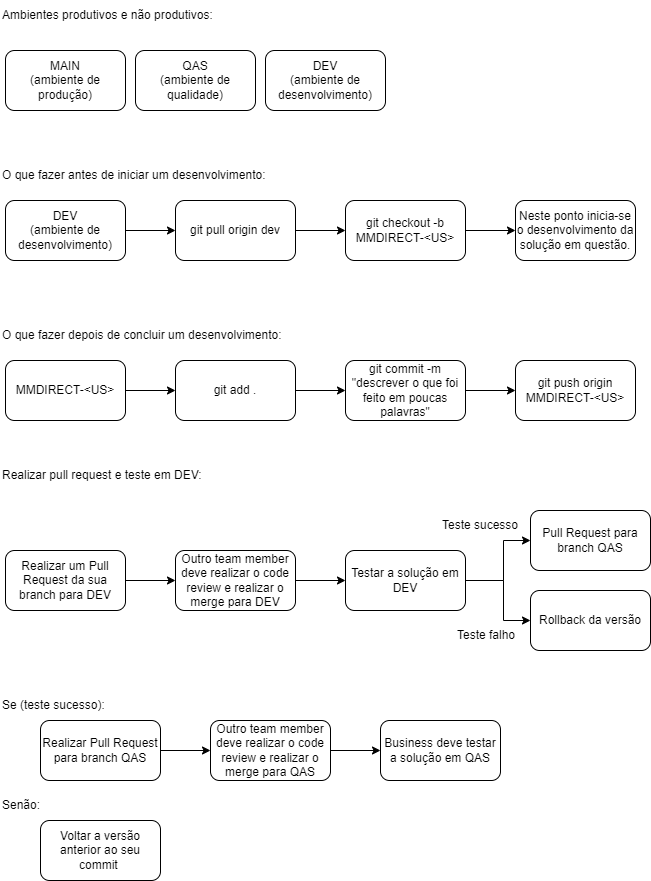
Above: Github flow 2.drawio.png in JuRibeiro/github-flow (draw.io), before the change. Source tidied: cells renumbered, new cells last; positions are measured from the earlier drawing's top-left corner, leaving out a move shared by most shapes.
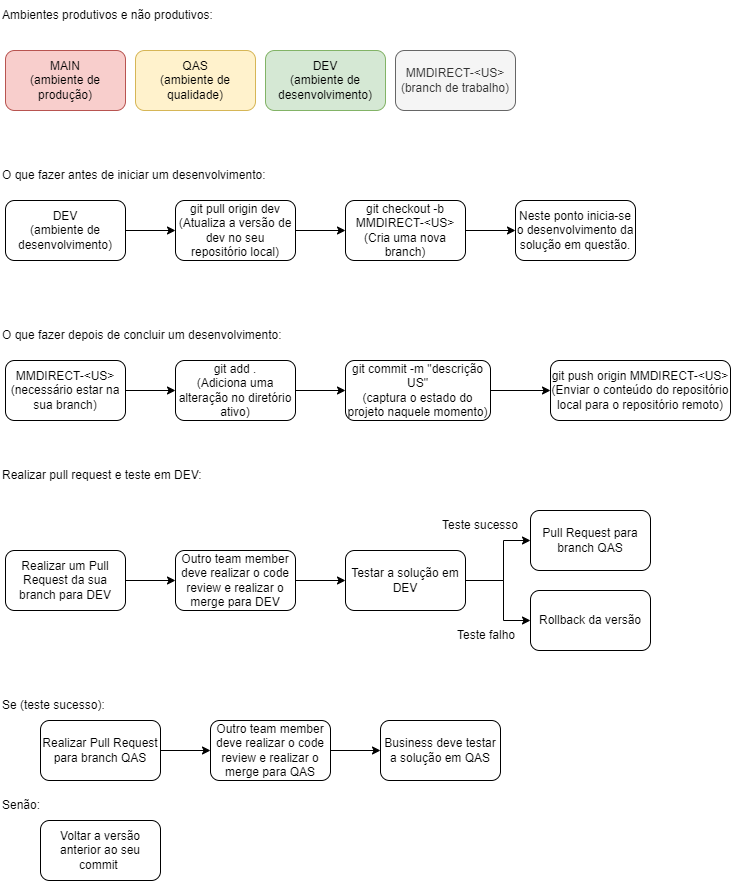
After the change.

The edit, as a diff of the source:
```diff
@@ -2,19 +2,19 @@
   <root>
     <mxCell id="0" />
     <mxCell id="1" parent="0" />
-    <mxCell id="2" value="MAIN&lt;br&gt;(ambiente de produção)" style="rounded=1;whiteSpace=wrap;html=1;" parent="1" vertex="1">
+    <mxCell id="2" value="MAIN&lt;br&gt;(ambiente de produção)" style="rounded=1;whiteSpace=wrap;html=1;fillColor=#f8cecc;strokeColor=#b85450;" parent="1" vertex="1">
       <mxGeometry x="5" y="50" width="120" height="60" as="geometry" />
     </mxCell>
-    <mxCell id="3" value="QAS&lt;br&gt;(ambiente de qualidade)" style="rounded=1;whiteSpace=wrap;html=1;" parent="1" vertex="1">
+    <mxCell id="3" value="QAS&lt;br&gt;(ambiente de qualidade)" style="rounded=1;whiteSpace=wrap;html=1;fillColor=#fff2cc;strokeColor=#d6b656;" parent="1" vertex="1">
       <mxGeometry x="135" y="50" width="120" height="60" as="geometry" />
     </mxCell>
-    <mxCell id="4" value="DEV&lt;br&gt;(ambiente de desenvolvimento)" style="rounded=1;whiteSpace=wrap;html=1;" parent="1" vertex="1">
+    <mxCell id="4" value="DEV&lt;br&gt;(ambiente de desenvolvimento)" style="rounded=1;whiteSpace=wrap;html=1;fillColor=#d5e8d4;strokeColor=#82b366;" parent="1" vertex="1">
       <mxGeometry x="265" y="50" width="120" height="60" as="geometry" />
     </mxCell>
     <mxCell id="5" style="edgeStyle=orthogonalEdgeStyle;rounded=0;jettySize=auto;html=1;" parent="1" edge="1" source="6" target="10">
       <mxGeometry relative="1" as="geometry" />
     </mxCell>
-    <mxCell id="6" value="git pull origin dev" style="whiteSpace=wrap;html=1;rounded=1;" parent="1" vertex="1">
+    <mxCell id="6" value="git pull origin dev&lt;br&gt;(Atualiza a versão de dev no seu repositório local)" style="whiteSpace=wrap;html=1;rounded=1;" parent="1" vertex="1">
       <mxGeometry x="175" y="200" width="120" height="60" as="geometry" />
     </mxCell>
     <mxCell id="7" style="edgeStyle=orthogonalEdgeStyle;rounded=0;jettySize=auto;html=1;" parent="1" edge="1" source="8" target="6">
@@ -26,7 +26,7 @@
     <mxCell id="9" style="edgeStyle=orthogonalEdgeStyle;rounded=0;jettySize=auto;html=1;" parent="1" edge="1" source="10" target="11">
       <mxGeometry relative="1" as="geometry" />
     </mxCell>
-    <mxCell id="10" value="git checkout -b MMDIRECT-&amp;lt;US&amp;gt;" style="whiteSpace=wrap;html=1;rounded=1;" parent="1" vertex="1">
+    <mxCell id="10" value="git checkout -b MMDIRECT-&amp;lt;US&amp;gt;&lt;br&gt;(Cria uma nova branch)" style="whiteSpace=wrap;html=1;rounded=1;" parent="1" vertex="1">
       <mxGeometry x="345" y="200" width="120" height="60" as="geometry" />
     </mxCell>
     <mxCell id="11" value="Neste ponto inicia-se o desenvolvimento da solução em questão." style="whiteSpace=wrap;html=1;rounded=1;" parent="1" vertex="1">
@@ -44,23 +44,23 @@
     <mxCell id="15" style="edgeStyle=orthogonalEdgeStyle;rounded=0;jettySize=auto;html=1;" parent="1" edge="1" source="16" target="20">
       <mxGeometry relative="1" as="geometry" />
     </mxCell>
-    <mxCell id="16" value="git add ." style="whiteSpace=wrap;html=1;rounded=1;" parent="1" vertex="1">
+    <mxCell id="16" value="git add .&lt;br&gt;(Adiciona uma alteração no diretório ativo)" style="whiteSpace=wrap;html=1;rounded=1;" parent="1" vertex="1">
       <mxGeometry x="175" y="360" width="120" height="60" as="geometry" />
     </mxCell>
     <mxCell id="17" style="edgeStyle=orthogonalEdgeStyle;rounded=0;jettySize=auto;html=1;" parent="1" edge="1" source="18" target="16">
       <mxGeometry relative="1" as="geometry" />
     </mxCell>
-    <mxCell id="18" value="MMDIRECT-&amp;lt;US&amp;gt;" style="rounded=1;whiteSpace=wrap;html=1;" parent="1" vertex="1">
+    <mxCell id="18" value="MMDIRECT-&amp;lt;US&amp;gt;&lt;br&gt;(necessário estar na sua branch)" style="rounded=1;whiteSpace=wrap;html=1;" parent="1" vertex="1">
       <mxGeometry x="5" y="360" width="120" height="60" as="geometry" />
     </mxCell>
     <mxCell id="19" style="edgeStyle=orthogonalEdgeStyle;rounded=0;jettySize=auto;html=1;" parent="1" edge="1" source="20" target="21">
       <mxGeometry relative="1" as="geometry" />
     </mxCell>
-    <mxCell id="20" value="git commit -m &quot;descrever o que foi feito em poucas palavras&quot;" style="whiteSpace=wrap;html=1;rounded=1;" parent="1" vertex="1">
-      <mxGeometry x="345" y="360" width="120" height="60" as="geometry" />
+    <mxCell id="20" value="&lt;font style=&quot;font-size: 12px;&quot;&gt;git commit -m &quot;descrição US&quot;&lt;br&gt;(captura o estado do projeto naquele momento)&lt;/font&gt;" style="whiteSpace=wrap;html=1;rounded=1;" parent="1" vertex="1">
+      <mxGeometry x="345" y="360" width="145" height="60" as="geometry" />
     </mxCell>
-    <mxCell id="21" value="git push origin MMDIRECT-&amp;lt;US&amp;gt;" style="whiteSpace=wrap;html=1;rounded=1;" parent="1" vertex="1">
-      <mxGeometry x="515" y="360" width="120" height="60" as="geometry" />
+    <mxCell id="21" value="git push origin MMDIRECT-&amp;lt;US&amp;gt;&lt;br&gt;(Enviar o conteúdo do repositório local para o repositório remoto)" style="whiteSpace=wrap;html=1;rounded=1;" parent="1" vertex="1">
+      <mxGeometry x="550" y="360" width="180" height="60" as="geometry" />
     </mxCell>
     <mxCell id="22" style="edgeStyle=orthogonalEdgeStyle;rounded=0;jettySize=auto;html=1;" parent="1" edge="1" source="23" target="27">
       <mxGeometry relative="1" as="geometry" />
@@ -135,5 +135,8 @@
     <mxCell id="41" value="Voltar a versão anterior ao seu commit&amp;nbsp;" style="whiteSpace=wrap;html=1;rounded=1;" parent="1" vertex="1">
       <mxGeometry x="40" y="820" width="120" height="60" as="geometry" />
     </mxCell>
+    <mxCell id="42" value="MMDIRECT-&amp;lt;US&amp;gt;&lt;br&gt;(branch de trabalho)" style="rounded=1;whiteSpace=wrap;html=1;fillColor=#f5f5f5;fontColor=#333333;strokeColor=#666666;" parent="1" vertex="1">
+      <mxGeometry x="395" y="50" width="120" height="60" as="geometry" />
+    </mxCell>
   </root>
 </mxGraphModel>
```
